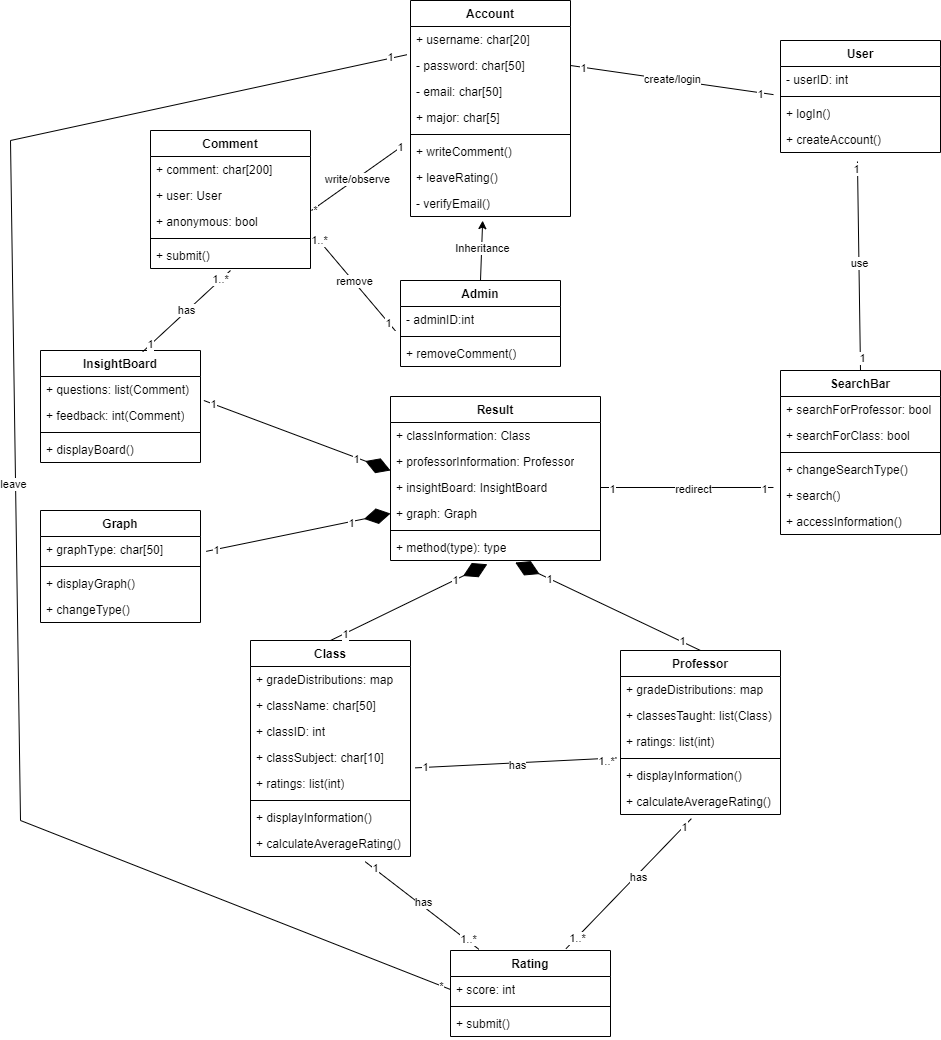
Before: images/Class_Diagram.png, a diagram exported from draw.io (jeffreyHoelzel/LouiesRatings). Source tidied: cells renumbered, new cells last; positions are measured from the earlier drawing's top-left corner, leaving out a move shared by most shapes.
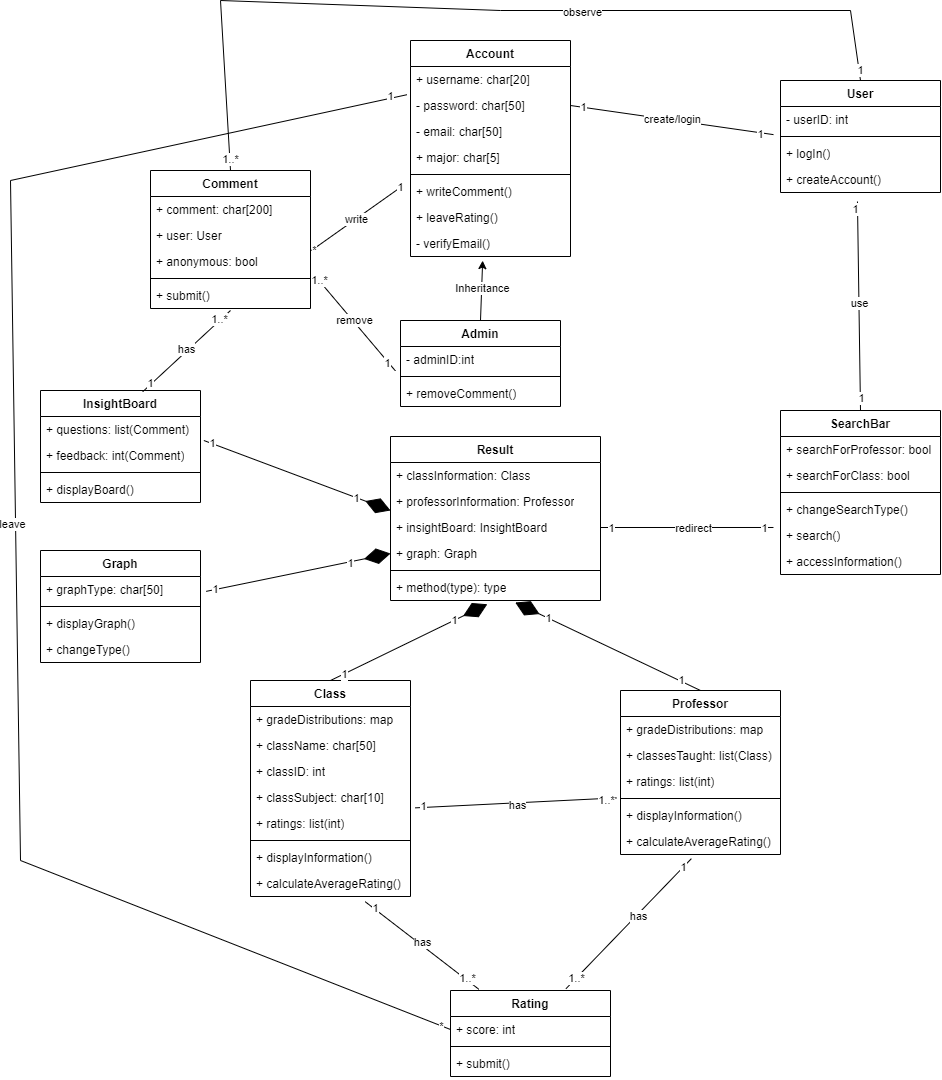
Later version of the same file.

What changed in the source:
```diff
@@ -257,7 +257,7 @@
     <mxCell id="86" style="endArrow=none;html=1;rounded=0;exitX=1.006;exitY=0.077;exitDx=0;exitDy=0;exitPerimeter=0;entryX=-0.047;entryY=0.274;entryDx=0;entryDy=0;entryPerimeter=0;" parent="1" edge="1" source="83" target="14">
       <mxGeometry relative="1" as="geometry" />
     </mxCell>
-    <mxCell id="87" value="write/observe" style="edgeLabel;html=1;align=center;verticalAlign=middle;" parent="86" vertex="1">
+    <mxCell id="87" value="write" style="edgeLabel;html=1;align=center;verticalAlign=middle;" parent="86" vertex="1">
       <mxGeometry x="-0.03" relative="1" as="geometry" />
     </mxCell>
     <mxCell id="88" value="1" style="edgeLabel;html=1;align=center;verticalAlign=middle;" parent="86" vertex="1">
@@ -375,5 +375,23 @@
     <mxCell id="123" value="has" style="edgeLabel;html=1;align=center;verticalAlign=middle;" parent="120" vertex="1">
       <mxGeometry x="0.13" y="-2" relative="1" as="geometry" />
     </mxCell>
+    <mxCell id="124" style="endArrow=none;html=1;rounded=0;entryX=0.5;entryY=0;entryDx=0;entryDy=0;exitX=0.5;exitY=0;exitDx=0;exitDy=0;" parent="1" edge="1" source="80" target="17">
+      <mxGeometry relative="1" as="geometry">
+        <Array as="points">
+          <mxPoint x="210" y="-40" />
+          <mxPoint x="490" y="-30" />
+          <mxPoint x="840" y="-30" />
+        </Array>
+      </mxGeometry>
+    </mxCell>
+    <mxCell id="125" value="1" style="edgeLabel;html=1;align=center;verticalAlign=middle;" parent="124" vertex="1">
+      <mxGeometry x="0.98" y="1" relative="1" as="geometry" />
+    </mxCell>
+    <mxCell id="126" value="1..*" style="edgeLabel;html=1;align=center;verticalAlign=middle;" parent="124" vertex="1">
+      <mxGeometry x="-0.97" relative="1" as="geometry" />
+    </mxCell>
+    <mxCell id="127" value="observe" style="edgeLabel;html=1;align=center;verticalAlign=middle;" parent="124" vertex="1">
+      <mxGeometry x="0.22" y="-2" relative="1" as="geometry" />
+    </mxCell>
   </root>
 </mxGraphModel>
```
